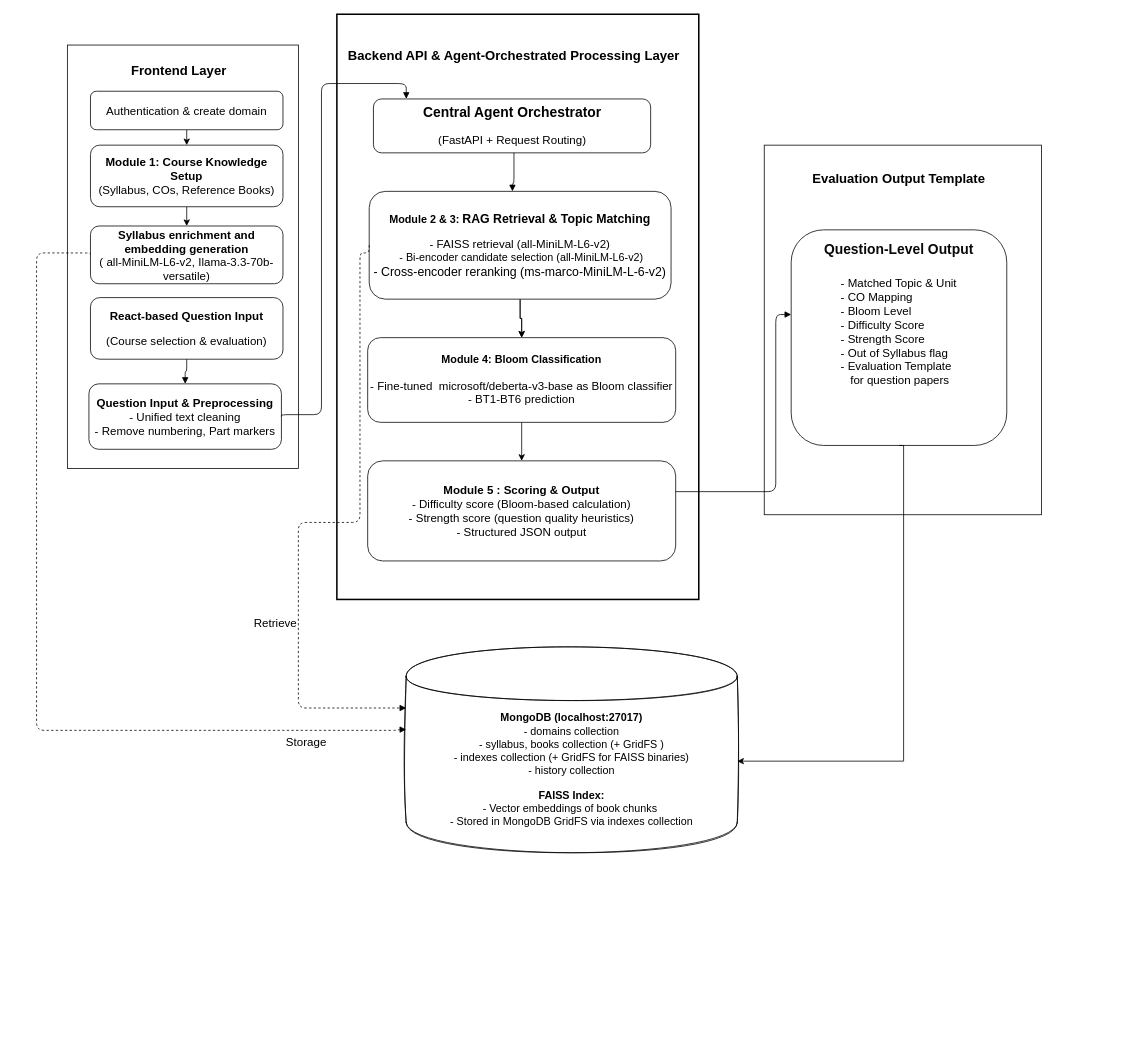
Above: architecture/Updated_Overall_Architecture.drawio in JananiSriSK/qn_evaluator (draw.io), before the change. Source tidied: cells renumbered, new cells numbered last; positions are measured from the earlier drawing's top-left corner, leaving out a move shared by most shapes. Both pictures are drawn from the tidied source at 77%, with x=0, y=0 at pixel (36, 14).
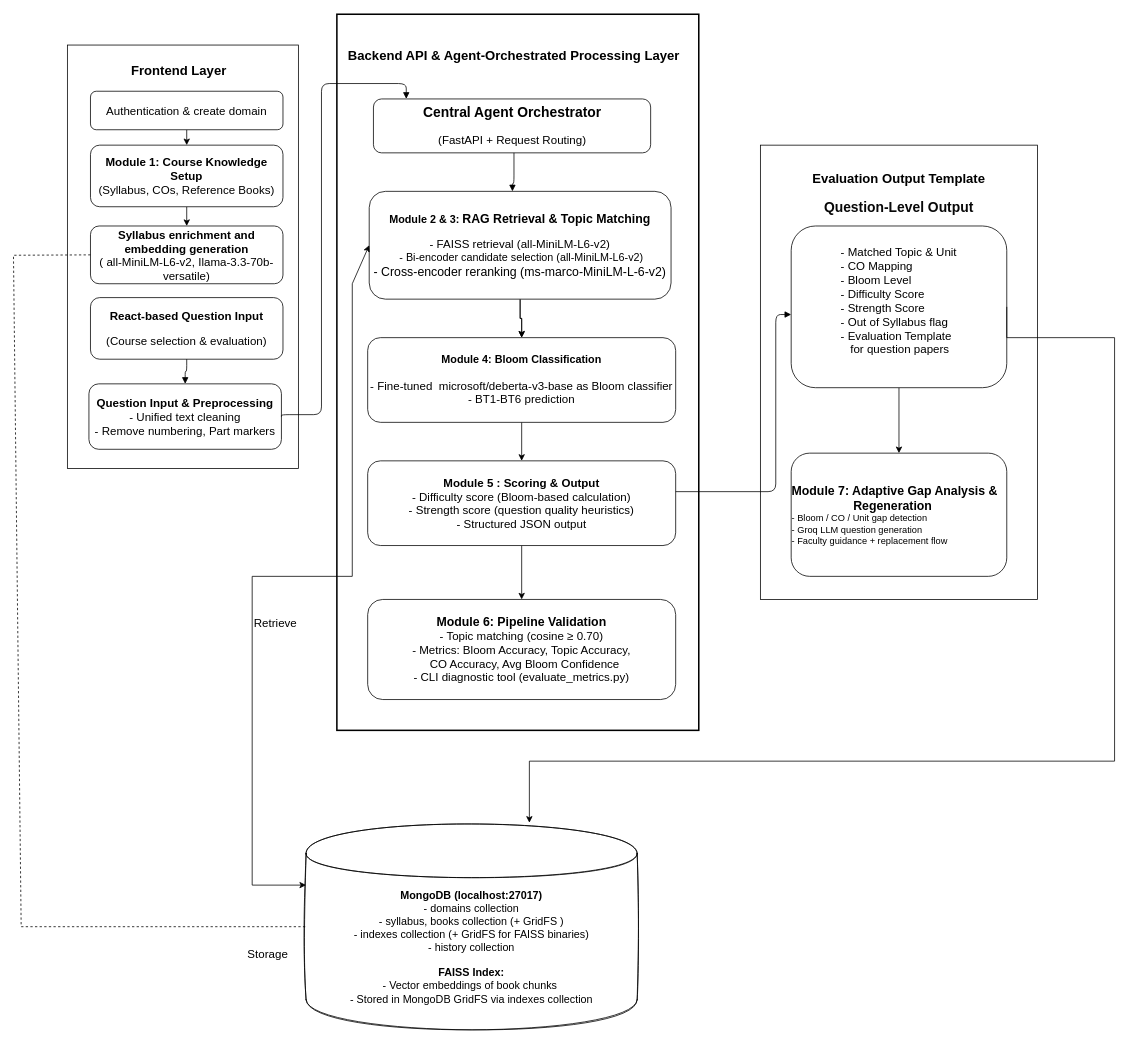
Above is the later version.

Unchanged cells that the change refers to:
```xml
<mxCell id="13" value="&lt;font style=&quot;font-size: 14px&quot;&gt;&lt;b&gt;Module 2 &amp;amp; 3:&amp;nbsp;&lt;/b&gt;&lt;/font&gt;&lt;b&gt;&lt;font size=&quot;3&quot;&gt;RAG Retrieval &amp;amp;&amp;nbsp;Topic Matching&lt;br&gt;&lt;/font&gt;&lt;br&gt;&lt;/b&gt;&lt;div&gt;&lt;div&gt;&lt;span style=&quot;font-size: 15px&quot;&gt;- FAISS retrieval (all-MiniLM-L6-v2)&lt;/span&gt;&lt;/div&gt;&lt;/div&gt;&lt;div&gt;&lt;div&gt;&lt;font style=&quot;font-size: 14px&quot;&gt;&amp;nbsp;- Bi-encoder candidate selection (all-MiniLM-L6-v2)&lt;/font&gt;&lt;/div&gt;&lt;div&gt;&lt;font size=&quot;3&quot;&gt;- Cross-encoder reranking (ms-marco-MiniLM-L-6-v2)&lt;/font&gt;&lt;/div&gt;&lt;div&gt;&lt;/div&gt;&lt;/div&gt;" style="rounded=1;whiteSpace=wrap;html=1;" parent="1" vertex="1">
  <mxGeometry x="432" y="230" width="392" height="140" as="geometry" />
</mxCell>
<mxCell id="31" value="&lt;font style=&quot;font-size: 15px&quot;&gt;&lt;b&gt;Syllabus enrichment and embedding generation&lt;br&gt;&lt;/b&gt;( all-MiniLM-L6-v2, Ilama-3.3-70b-versatile)&lt;/font&gt;" style="rounded=1;whiteSpace=wrap;html=1;" parent="1" vertex="1">
  <mxGeometry x="70" y="275" width="250" height="75" as="geometry" />
</mxCell>
```

The edit, as a diff of the source:
```diff
@@
     <mxCell id="9" style="rounded=0;whiteSpace=wrap;html=1;strokeWidth=2;" parent="1" vertex="1">
-      <mxGeometry x="390" width="470" height="760" as="geometry" />
+      <mxGeometry x="390" width="470" height="930" as="geometry" />
     </mxCell>
@@
+    <mxCell id="36" style="edgeStyle=orthogonalEdgeStyle;rounded=0;jettySize=auto;html=1;" parent="1" edge="1" source="16" target="40">
+      <mxGeometry relative="1" as="geometry" />
+    </mxCell>
     <mxCell id="16" value="&lt;font&gt;&lt;b style=&quot;font-size: 15px&quot;&gt;Module 5 :&amp;nbsp;&lt;/b&gt;&lt;span style=&quot;font-size: 15px&quot;&gt;&lt;b&gt;Scoring &amp;amp; Output&lt;/b&gt;&lt;/span&gt;&lt;/font&gt;&lt;div&gt;&lt;div&gt;&lt;span style=&quot;font-size: 15px&quot;&gt;- Difficulty score (Bloom-based calculation)&lt;/span&gt;&lt;/div&gt;&lt;div&gt;&lt;span style=&quot;font-size: 15px&quot;&gt;- Strength score (question quality heuristics)&lt;/span&gt;&lt;/div&gt;&lt;div&gt;&lt;span style=&quot;font-size: 15px&quot;&gt;- Structured JSON output&lt;/span&gt;&lt;/div&gt;&lt;/div&gt;" style="rounded=1;whiteSpace=wrap;html=1;" parent="1" vertex="1">
-      <mxGeometry x="430" y="580" width="400" height="130" as="geometry" />
+      <mxGeometry x="430" y="580" width="400" height="110" as="geometry" />
     </mxCell>
     <mxCell id="17" style="rounded=0;whiteSpace=wrap;html=1;fontSize=15;" parent="1" vertex="1">
-      <mxGeometry x="945" y="170" width="360" height="480" as="geometry" />
+      <mxGeometry x="940" y="170" width="360" height="590" as="geometry" />
     </mxCell>
+    <mxCell id="37" style="edgeStyle=orthogonalEdgeStyle;rounded=0;jettySize=auto;html=1;exitX=0.5;exitY=1;exitDx=0;exitDy=0;" parent="1" edge="1" source="18" target="38">
+      <mxGeometry relative="1" as="geometry" />
+    </mxCell>
     <mxCell id="18" value="&lt;div&gt;&lt;b style=&quot;font-size: 14px ; background-color: transparent&quot;&gt;&lt;/b&gt;&lt;/div&gt;&lt;div style=&quot;text-align: left&quot;&gt;&lt;/div&gt;&lt;div&gt;&lt;font&gt;&lt;div style=&quot;text-align: left&quot;&gt;&lt;span style=&quot;font-size: 15px&quot;&gt;&lt;div&gt;- Matched Topic &amp;amp; Unit&lt;/div&gt;&lt;div&gt;- CO Mapping&lt;/div&gt;&lt;div&gt;- Bloom Level&lt;/div&gt;&lt;div&gt;- Difficulty Score&lt;/div&gt;&lt;div&gt;- Strength Score&lt;/div&gt;&lt;div&gt;- Out of Syllabus flag&lt;/div&gt;&lt;/span&gt;&lt;/div&gt;&lt;div style=&quot;text-align: left&quot;&gt;&lt;span style=&quot;font-size: 15px ; background-color: transparent&quot;&gt;- Evaluation Template&amp;nbsp;&lt;/span&gt;&lt;/div&gt;&lt;div style=&quot;text-align: left&quot;&gt;&lt;span style=&quot;font-size: 15px ; background-color: transparent&quot;&gt;&amp;nbsp; &amp;nbsp;for question papers&lt;/span&gt;&lt;/div&gt;&lt;br&gt;&lt;/font&gt;&lt;/div&gt;" style="rounded=1;whiteSpace=wrap;html=1;" parent="1" vertex="1">
-      <mxGeometry x="980" y="280" width="280" height="280" as="geometry" />
+      <mxGeometry x="980" y="275" width="280" height="210" as="geometry" />
     </mxCell>
-    <mxCell id="19" style="edgeStyle=orthogonalEdgeStyle;endArrow=block;dashed=1;exitX=0;exitY=0.5;exitDx=0;exitDy=0;" parent="1" edge="1" source="31">
-      <mxGeometry relative="1" as="geometry">
-        <mxPoint x="480" y="929" as="targetPoint" />
-        <Array as="points">
-          <mxPoint x="70" y="310" />
-          <mxPoint y="310" />
-          <mxPoint y="930" />
-          <mxPoint x="470" y="930" />
-        </Array>
-      </mxGeometry>
-    </mxCell>
     <mxCell id="20" value="&lt;font style=&quot;font-size: 15px&quot;&gt;Storage&lt;/font&gt;" style="text;html=1;strokeColor=none;fillColor=none;align=center;verticalAlign=middle;fontSize=13;strokeWidth=2;" parent="1" vertex="1">
-      <mxGeometry x="280" y="935" width="140" height="20" as="geometry" />
+      <mxGeometry x="230" y="1210" width="140" height="20" as="geometry" />
     </mxCell>
@@
-    <mxCell id="22" style="edgeStyle=orthogonalEdgeStyle;endArrow=block;dashed=1;exitX=0;exitY=0.5;exitDx=0;exitDy=0;entryX=0;entryY=0.3;entryDx=0;entryDy=0;" parent="1" edge="1" source="13" target="34">
-      <mxGeometry relative="1" as="geometry">
-        <Array as="points">
-          <mxPoint x="432" y="310" />
-          <mxPoint x="420" y="310" />
-          <mxPoint x="420" y="660" />
-          <mxPoint x="340" y="660" />
-          <mxPoint x="340" y="901" />
-        </Array>
-      </mxGeometry>
-    </mxCell>
@@
     <mxCell id="32" value="&lt;span&gt;&lt;b&gt;&lt;font color=&quot;#080808&quot; style=&quot;font-size: 18px&quot;&gt;&lt;font&gt;Question-Level Output&lt;/font&gt;&lt;br class=&quot;Apple-interchange-newline&quot;&gt;&lt;/font&gt;&lt;/b&gt;&lt;/span&gt;&lt;div&gt;&lt;br&gt;&lt;/div&gt;" style="text;html=1;whiteSpace=wrap;strokeColor=none;fillColor=none;align=center;verticalAlign=middle;rounded=0;fontColor=default;fontSize=14;" parent="1" vertex="1">
-      <mxGeometry x="1010" y="300" width="220" height="30" as="geometry" />
+      <mxGeometry x="1010" y="245" width="220" height="30" as="geometry" />
     </mxCell>
@@
     <mxCell id="34" value="&lt;div&gt;&lt;div&gt;&lt;b&gt;&lt;font style=&quot;font-size: 14px&quot;&gt;&lt;br&gt;&lt;/font&gt;&lt;/b&gt;&lt;/div&gt;&lt;div&gt;&lt;b&gt;&lt;font style=&quot;font-size: 14px&quot;&gt;&lt;br&gt;&lt;/font&gt;&lt;/b&gt;&lt;/div&gt;&lt;div&gt;&lt;b&gt;&lt;font style=&quot;font-size: 14px&quot;&gt;&lt;br&gt;&lt;/font&gt;&lt;/b&gt;&lt;/div&gt;&lt;div&gt;&lt;/div&gt;&lt;/div&gt;&lt;div&gt;&lt;div&gt;&lt;span style=&quot;font-size: 14px&quot;&gt;&lt;b&gt;&lt;br&gt;&lt;/b&gt;&lt;/span&gt;&lt;/div&gt;&lt;div&gt;&lt;span style=&quot;font-size: 14px&quot;&gt;&lt;b&gt;MongoDB (localhost:27017)&lt;/b&gt;&lt;/span&gt;&lt;/div&gt;&lt;div&gt;&lt;span style=&quot;font-size: 14px&quot;&gt;- domains collection&lt;/span&gt;&lt;/div&gt;&lt;div&gt;&lt;span style=&quot;font-size: 14px&quot;&gt;- syllabus, books collection (+ GridFS )&lt;/span&gt;&lt;/div&gt;&lt;div&gt;&lt;span style=&quot;font-size: 14px&quot;&gt;- indexes collection (+ GridFS for FAISS binaries)&lt;/span&gt;&lt;/div&gt;&lt;div&gt;&lt;/div&gt;&lt;div&gt;&lt;span style=&quot;font-size: 14px&quot;&gt;- history collection&lt;/span&gt;&lt;/div&gt;&lt;div&gt;&lt;span style=&quot;font-size: 14px&quot;&gt;&lt;br&gt;&lt;/span&gt;&lt;/div&gt;&lt;div&gt;&lt;/div&gt;&lt;div&gt;&lt;span style=&quot;font-size: 14px&quot;&gt;&lt;b&gt;FAISS Index:&lt;/b&gt;&lt;/span&gt;&lt;/div&gt;&lt;div&gt;&lt;span style=&quot;font-size: 14px&quot;&gt;- Vector embeddings of book chunks&amp;nbsp;&lt;/span&gt;&lt;/div&gt;&lt;div&gt;&lt;span style=&quot;font-size: 14px&quot;&gt;- Stored in MongoDB GridFS via indexes collection&lt;/span&gt;&lt;/div&gt;&lt;/div&gt;&lt;div&gt;&lt;br&gt;&lt;/div&gt;" style="shape=cylinder;whiteSpace=wrap;html=1;shadow=0;sketch=1;curveFitting=1;jiggle=2;" parent="1" vertex="1">
-      <mxGeometry x="480" y="820" width="430" height="270" as="geometry" />
+      <mxGeometry x="350" y="1050" width="430" height="270" as="geometry" />
     </mxCell>
-    <mxCell id="35" style="edgeStyle=orthogonalEdgeStyle;rounded=0;jettySize=auto;html=1;exitX=0.5;exitY=1;exitDx=0;exitDy=0;" parent="1" edge="1" source="18" target="34">
+    <mxCell id="35" style="edgeStyle=orthogonalEdgeStyle;rounded=0;jettySize=auto;html=1;exitX=1;exitY=0.5;exitDx=0;exitDy=0;" parent="1" edge="1" source="18" target="34">
       <mxGeometry relative="1" as="geometry">
         <Array as="points">
-          <mxPoint x="1126" y="560" />
-          <mxPoint x="1126" y="970" />
+          <mxPoint x="1260" y="420" />
+          <mxPoint x="1400" y="420" />
+          <mxPoint x="1400" y="970" />
+          <mxPoint x="640" y="970" />
         </Array>
       </mxGeometry>
     </mxCell>
+    <mxCell id="38" value="&lt;div&gt;&lt;b style=&quot;font-size: 14px ; background-color: transparent&quot;&gt;&lt;/b&gt;&lt;/div&gt;&lt;div style=&quot;text-align: left&quot;&gt;&lt;/div&gt;&lt;div&gt;&lt;font&gt;&lt;div style=&quot;text-align: left&quot;&gt;&lt;div&gt;&lt;font style=&quot;font-size: 16px;&quot;&gt;&lt;b&gt;Module 7: Adaptive Gap Analysis &amp;amp;&amp;nbsp; &amp;nbsp; &amp;nbsp; &amp;nbsp; &amp;nbsp; &amp;nbsp; &amp;nbsp; &amp;nbsp; &amp;nbsp; &amp;nbsp; Regeneration&lt;/b&gt;&lt;/font&gt;&lt;/div&gt;&lt;div&gt;- Bloom / CO / Unit gap detection&lt;/div&gt;&lt;div&gt;- Groq LLM question generation&lt;/div&gt;&lt;div&gt;- Faculty guidance + replacement flow&lt;/div&gt;&lt;/div&gt;&lt;/font&gt;&lt;/div&gt;" style="rounded=1;whiteSpace=wrap;html=1;" parent="1" vertex="1">
+      <mxGeometry x="980" y="570" width="280" height="160" as="geometry" />
+    </mxCell>
+    <mxCell id="39" style="endArrow=none;dashed=1;html=1;rounded=0;entryX=0;entryY=0.5;entryDx=0;entryDy=0;exitX=0;exitY=0.5;exitDx=0;exitDy=0;" parent="1" edge="1" source="31" target="34">
+      <mxGeometry relative="1" as="geometry">
+        <Array as="points">
+          <mxPoint x="-30" y="313" />
+          <mxPoint x="-20" y="1185" />
+        </Array>
+      </mxGeometry>
+    </mxCell>
+    <mxCell id="40" value="&lt;div&gt;&lt;b style=&quot;&quot;&gt;&lt;font style=&quot;font-size: 16px;&quot;&gt;Module 6: Pipeline Validation&lt;/font&gt;&lt;/b&gt;&lt;/div&gt;&lt;div&gt;&lt;span style=&quot;font-size: 15px; background-color: transparent; color: light-dark(rgb(0, 0, 0), rgb(255, 255, 255));&quot;&gt;- Topic matching (cosine ≥ 0.70)&lt;/span&gt;&lt;/div&gt;&lt;div&gt;&lt;span style=&quot;font-size: 15px; background-color: transparent; color: light-dark(rgb(0, 0, 0), rgb(255, 255, 255));&quot;&gt;- Metrics: Bloom Accuracy, Topic Accuracy,&lt;/span&gt;&lt;/div&gt;&lt;div&gt;&lt;span style=&quot;font-size: 15px;&quot;&gt;&amp;nbsp; CO Accuracy, Avg Bloom Confidence&lt;/span&gt;&lt;/div&gt;&lt;div&gt;&lt;span style=&quot;font-size: 15px;&quot;&gt;- CLI diagnostic tool (evaluate_metrics.py)&lt;/span&gt;&lt;/div&gt;" style="rounded=1;whiteSpace=wrap;html=1;" parent="1" vertex="1">
+      <mxGeometry x="430" y="760" width="400" height="130" as="geometry" />
+    </mxCell>
+    <mxCell id="41" style="endArrow=classic;startArrow=classic;html=1;rounded=0;exitX=0;exitY=0.3;exitDx=0;exitDy=0;entryX=0;entryY=0.5;entryDx=0;entryDy=0;" parent="1" edge="1" source="34" target="13">
+      <mxGeometry relative="1" as="geometry">
+        <Array as="points">
+          <mxPoint x="280" y="1131" />
+          <mxPoint x="280" y="730" />
+          <mxPoint x="410" y="730" />
+          <mxPoint x="410" y="350" />
+        </Array>
+      </mxGeometry>
+    </mxCell>
```
